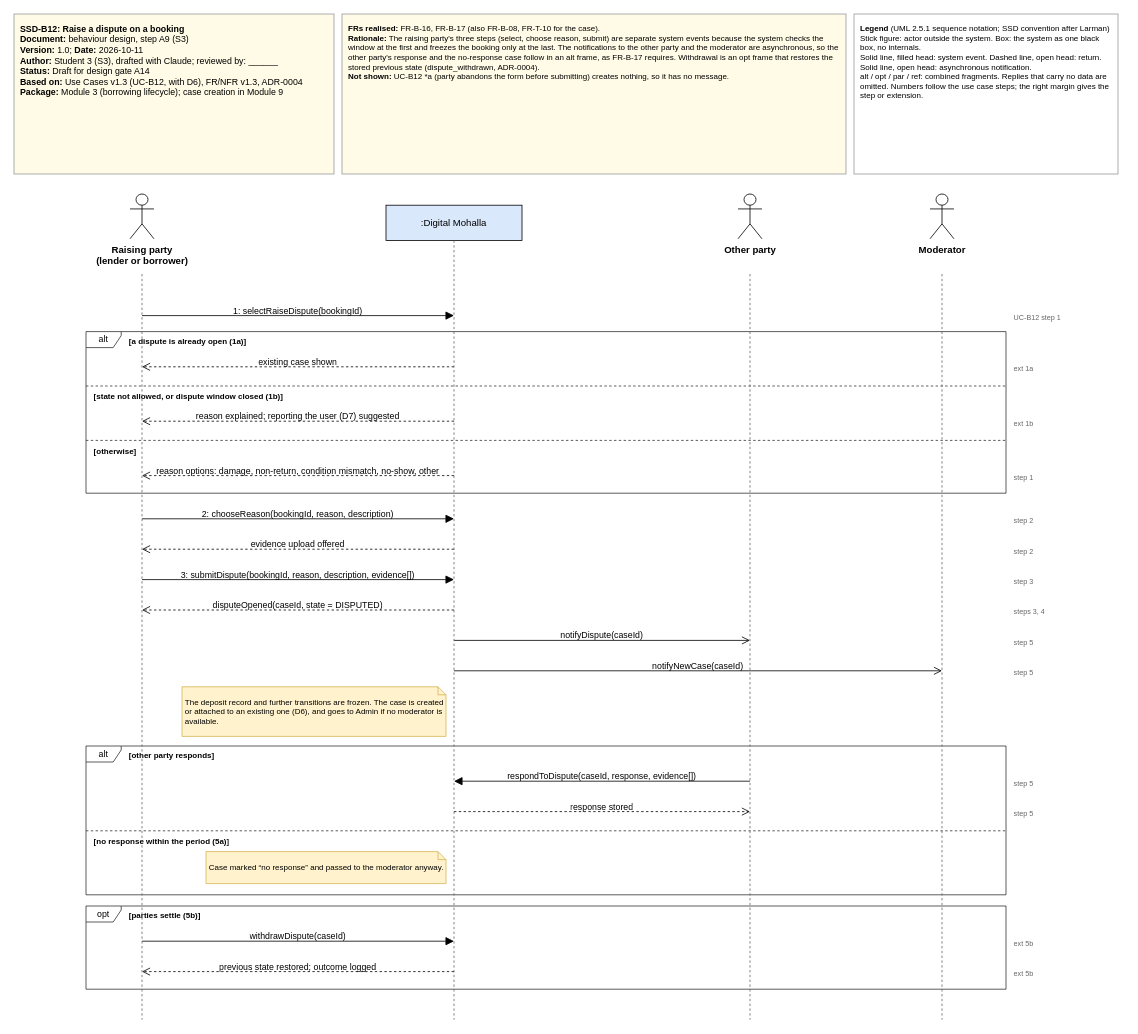
Areeba444/DigitalMohalla keeps this draw.io diagram as page "SSD-B12 Raise a dispute" (3 of 4) of docs/design/02_use_case_model/ssd_diagrams.drawio. Above is the earlier version. Source tidied: cells renumbered, new cells numbered last; positions are measured from the earlier drawing's top-left corner, leaving out a move shared by most shapes. Both pictures are drawn from the tidied source at 80%, with x=0, y=0 at pixel (14, 14).
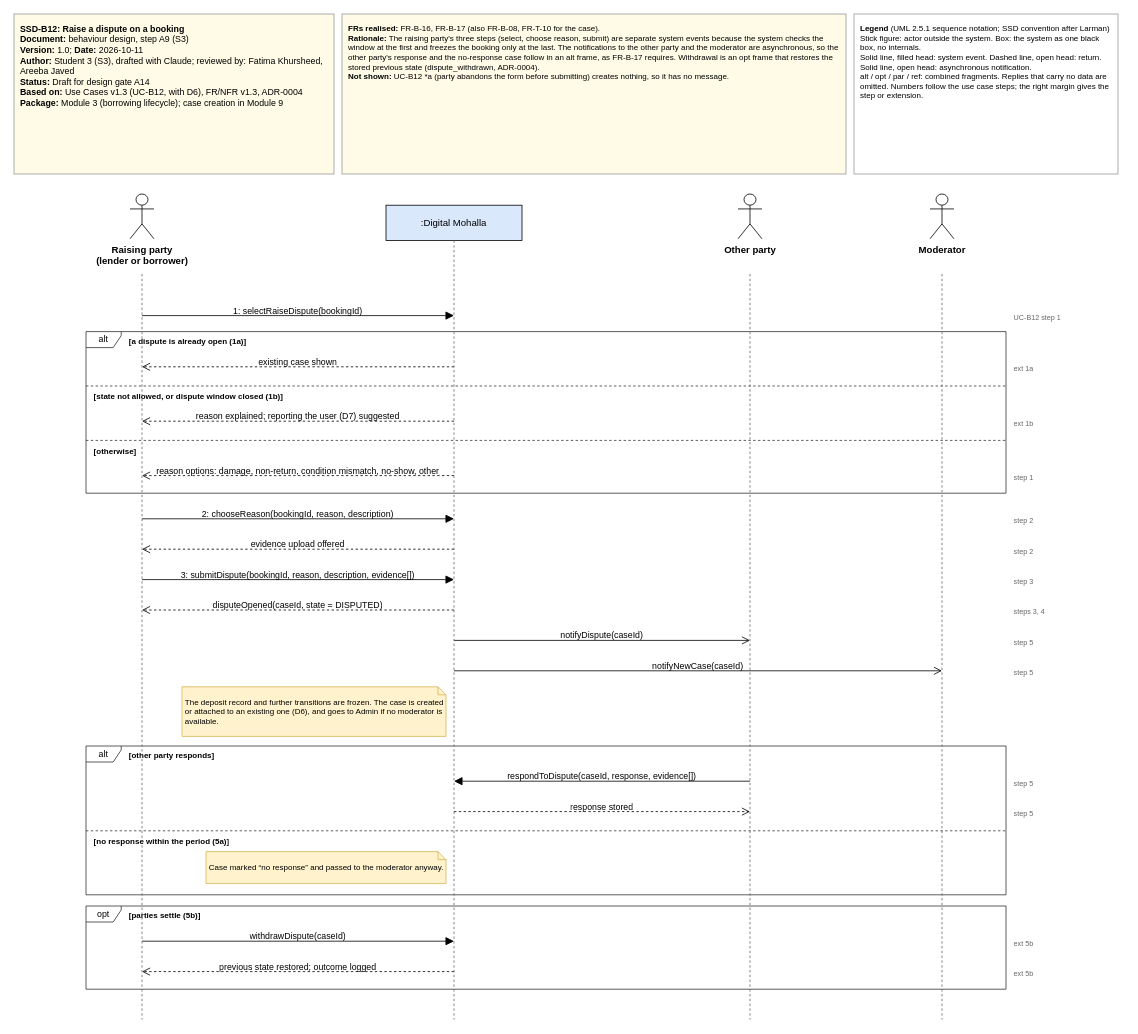
The same diagram, later.

Change to the diagram source:
```diff
@@
-    <mxCell id="2" value="&lt;b&gt;SSD-B12: Raise a dispute on a booking&lt;/b&gt;&lt;br&gt;&lt;b&gt;Document:&lt;/b&gt; behaviour design, step A9 (S3)&lt;br&gt;&lt;b&gt;Version:&lt;/b&gt; 1.0; &lt;b&gt;Date:&lt;/b&gt; 2026-10-11&lt;br&gt;&lt;b&gt;Author:&lt;/b&gt; Student 3 (S3), drafted with Claude; reviewed by: ______&lt;br&gt;&lt;b&gt;Status:&lt;/b&gt; Draft for design gate A14&lt;br&gt;&lt;b&gt;Based on:&lt;/b&gt; Use Cases v1.3 (UC-B12, with D6), FR/NFR v1.3, ADR-0004&lt;br&gt;&lt;b&gt;Package:&lt;/b&gt; Module 3 (borrowing lifecycle); case creation in Module 9" style="rounded=0;fillColor=#fffbe6;strokeColor=#999999;html=1;verticalAlign=top;align=left;spacing=8;fontSize=11;whiteSpace=wrap;" parent="1" vertex="1">
+    <mxCell id="2" value="&lt;b&gt;SSD-B12: Raise a dispute on a booking&lt;/b&gt;&lt;br&gt;&lt;b&gt;Document:&lt;/b&gt; behaviour design, step A9 (S3)&lt;br&gt;&lt;b&gt;Version:&lt;/b&gt; 1.0; &lt;b&gt;Date:&lt;/b&gt; 2026-10-11&lt;br&gt;&lt;b&gt;Author:&lt;/b&gt; Student 3 (S3), drafted with Claude; reviewed by: Fatima Khursheed, Areeba Javed&lt;br&gt;&lt;b&gt;Status:&lt;/b&gt; Draft for design gate A14&lt;br&gt;&lt;b&gt;Based on:&lt;/b&gt; Use Cases v1.3 (UC-B12, with D6), FR/NFR v1.3, ADR-0004&lt;br&gt;&lt;b&gt;Package:&lt;/b&gt; Module 3 (borrowing lifecycle); case creation in Module 9" style="rounded=0;fillColor=#fffbe6;strokeColor=#999999;html=1;verticalAlign=top;align=left;spacing=8;fontSize=11;whiteSpace=wrap;" parent="1" vertex="1">
       <mxGeometry width="400" height="200" as="geometry" />
     </mxCell>
```
